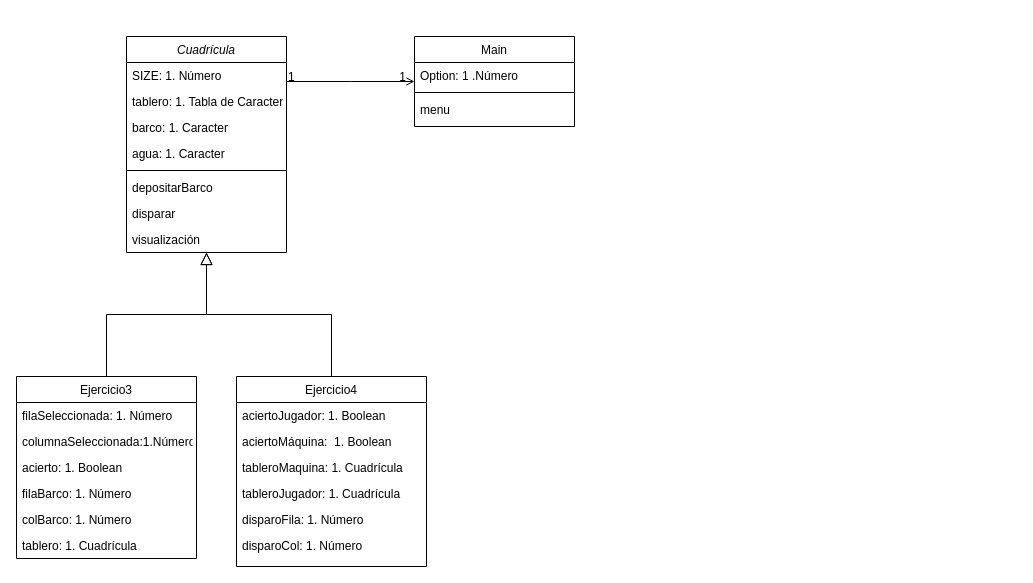
The draw.io diagram UML.drawio in Patriesc/T7_POO, before the edit. Source tidied: cells renumbered, new cells numbered last; positions are measured from the earlier drawing's top-left corner, leaving out a move shared by most shapes. Both pictures are drawn from the tidied source at 100%, with x=0, y=0 at pixel (16, 36).
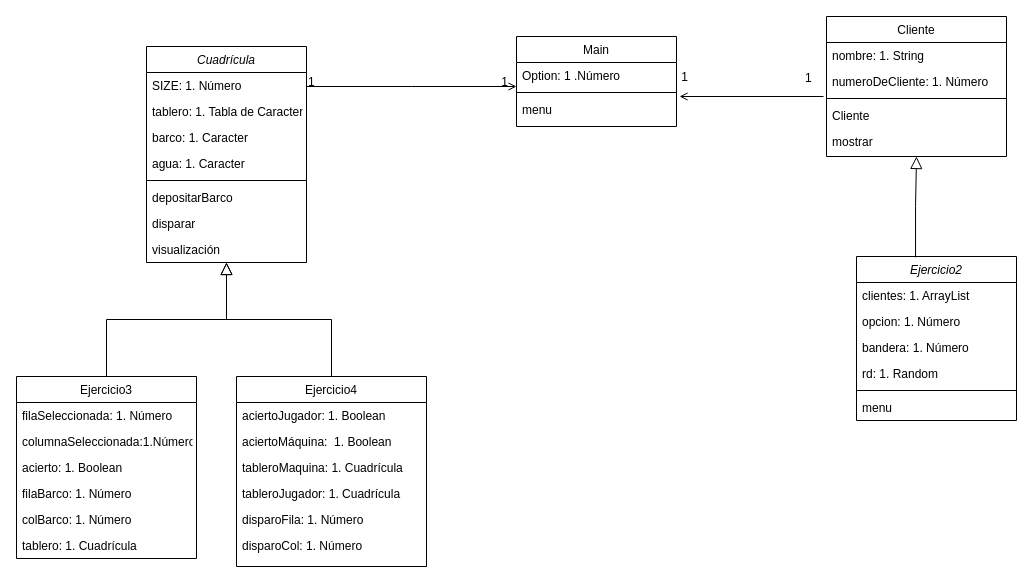
The same diagram, later.

Unchanged cells that the change refers to:
```xml
<mxCell id="30" value="menu" style="text;align=left;verticalAlign=top;spacingLeft=4;spacingRight=4;overflow=hidden;points=[[0,0.5],[1,0.5]];portConstraint=eastwest;" parent="27" vertex="1">
  <mxGeometry y="60" width="160" height="26" as="geometry" />
</mxCell>
```

Change to the diagram source:
```diff
@@
     <mxCell id="2" value="Cuadrícula" style="swimlane;fontStyle=2;align=center;verticalAlign=top;horizontal=1;startSize=26;rounded=0;shadow=0;strokeWidth=1;" parent="1" vertex="1">
-      <mxGeometry x="110" width="160" height="216" as="geometry" />
+      <mxGeometry x="130" y="10" width="160" height="216" as="geometry" />
     </mxCell>
@@
     <mxCell id="27" value="Main" style="swimlane;fontStyle=0;align=center;verticalAlign=top;horizontal=1;startSize=26;rounded=0;shadow=0;strokeWidth=1;" parent="1" vertex="1">
-      <mxGeometry x="398" width="160" height="90" as="geometry" />
+      <mxGeometry x="500" width="160" height="90" as="geometry" />
     </mxCell>
@@
+    <mxCell id="34" value="Cliente" style="swimlane;fontStyle=0;align=center;verticalAlign=top;horizontal=1;startSize=26;rounded=0;shadow=0;strokeWidth=1;" parent="1" vertex="1">
+      <mxGeometry x="810" y="-20" width="180" height="140" as="geometry" />
+    </mxCell>
+    <mxCell id="35" value="nombre: 1. String" style="text;align=left;verticalAlign=top;spacingLeft=4;spacingRight=4;overflow=hidden;" parent="34" vertex="1">
+      <mxGeometry y="26" width="180" height="26" as="geometry" />
+    </mxCell>
+    <mxCell id="36" value="numeroDeCliente: 1. Número" style="text;align=left;verticalAlign=top;spacingLeft=4;spacingRight=4;overflow=hidden;rounded=0;shadow=0;html=0;" parent="34" vertex="1">
+      <mxGeometry y="52" width="180" height="26" as="geometry" />
+    </mxCell>
+    <mxCell id="37" style="line;html=1;strokeWidth=1;align=left;verticalAlign=middle;spacingTop=-1;spacingLeft=3;spacingRight=3;labelPosition=right;" parent="34" vertex="1">
+      <mxGeometry y="78" width="180" height="8" as="geometry" />
+    </mxCell>
+    <mxCell id="38" value="Cliente" style="text;align=left;verticalAlign=top;spacingLeft=4;spacingRight=4;overflow=hidden;" parent="34" vertex="1">
+      <mxGeometry y="86" width="180" height="26" as="geometry" />
+    </mxCell>
+    <mxCell id="39" value="mostrar" style="text;align=left;verticalAlign=top;spacingLeft=4;spacingRight=4;overflow=hidden;" parent="34" vertex="1">
+      <mxGeometry y="112" width="180" height="26" as="geometry" />
+    </mxCell>
+    <mxCell id="40" value="Ejercicio2" style="swimlane;fontStyle=2;align=center;verticalAlign=top;horizontal=1;startSize=26;rounded=0;shadow=0;strokeWidth=1;" parent="1" vertex="1">
+      <mxGeometry x="840" y="220" width="160" height="164" as="geometry" />
+    </mxCell>
+    <mxCell id="41" value="clientes: 1. ArrayList" style="text;align=left;verticalAlign=top;spacingLeft=4;spacingRight=4;overflow=hidden;" parent="40" vertex="1">
+      <mxGeometry y="26" width="160" height="26" as="geometry" />
+    </mxCell>
+    <mxCell id="42" value="opcion: 1. Número" style="text;align=left;verticalAlign=top;spacingLeft=4;spacingRight=4;overflow=hidden;rounded=0;shadow=0;html=0;" parent="40" vertex="1">
+      <mxGeometry y="52" width="160" height="26" as="geometry" />
+    </mxCell>
+    <mxCell id="43" value="bandera: 1. Número" style="text;align=left;verticalAlign=top;spacingLeft=4;spacingRight=4;overflow=hidden;rounded=0;shadow=0;html=0;" parent="40" vertex="1">
+      <mxGeometry y="78" width="160" height="26" as="geometry" />
+    </mxCell>
+    <mxCell id="44" value="rd: 1. Random" style="text;align=left;verticalAlign=top;spacingLeft=4;spacingRight=4;overflow=hidden;rounded=0;shadow=0;html=0;" parent="40" vertex="1">
+      <mxGeometry y="104" width="160" height="26" as="geometry" />
+    </mxCell>
+    <mxCell id="45" style="line;html=1;strokeWidth=1;align=left;verticalAlign=middle;spacingTop=-1;spacingLeft=3;spacingRight=3;labelPosition=right;" parent="40" vertex="1">
+      <mxGeometry y="130" width="160" height="8" as="geometry" />
+    </mxCell>
+    <mxCell id="46" value="menu" style="text;align=left;verticalAlign=top;spacingLeft=4;spacingRight=4;overflow=hidden;" parent="40" vertex="1">
+      <mxGeometry y="138" width="160" height="26" as="geometry" />
+    </mxCell>
+    <mxCell id="47" style="endArrow=open;shadow=0;strokeWidth=1;rounded=0;endFill=1;edgeStyle=elbowEdgeStyle;elbow=vertical;entryX=1.019;entryY=-0.038;entryDx=0;entryDy=0;entryPerimeter=0;" parent="1" edge="1" target="30">
+      <mxGeometry x="0.5" y="41" relative="1" as="geometry">
+        <mxPoint x="807" y="60" as="sourcePoint" />
+        <mxPoint x="-40" y="32" as="offset" />
+      </mxGeometry>
+    </mxCell>
+    <mxCell id="48" value="1" style="align=left;verticalAlign=bottom;labelBackgroundColor=none;fontSize=12;" parent="47" vertex="1">
+      <mxGeometry x="-1" relative="1" as="geometry">
+        <mxPoint x="-20" y="-10" as="offset" />
+      </mxGeometry>
+    </mxCell>
+    <mxCell id="49" value="1" style="align=right;verticalAlign=bottom;labelBackgroundColor=none;fontSize=12;" parent="47" vertex="1">
+      <mxGeometry x="1" relative="1" as="geometry">
+        <mxPoint x="10" y="-10" as="offset" />
+      </mxGeometry>
+    </mxCell>
+    <mxCell id="50" style="endArrow=block;endSize=10;endFill=0;shadow=0;strokeWidth=1;rounded=0;edgeStyle=elbowEdgeStyle;elbow=vertical;entryX=0.5;entryY=1;entryDx=0;entryDy=0;exitX=0.369;exitY=0.005;exitDx=0;exitDy=0;exitPerimeter=0;" parent="1" edge="1" source="40" target="34">
+      <mxGeometry relative="1" as="geometry" />
+    </mxCell>
```
